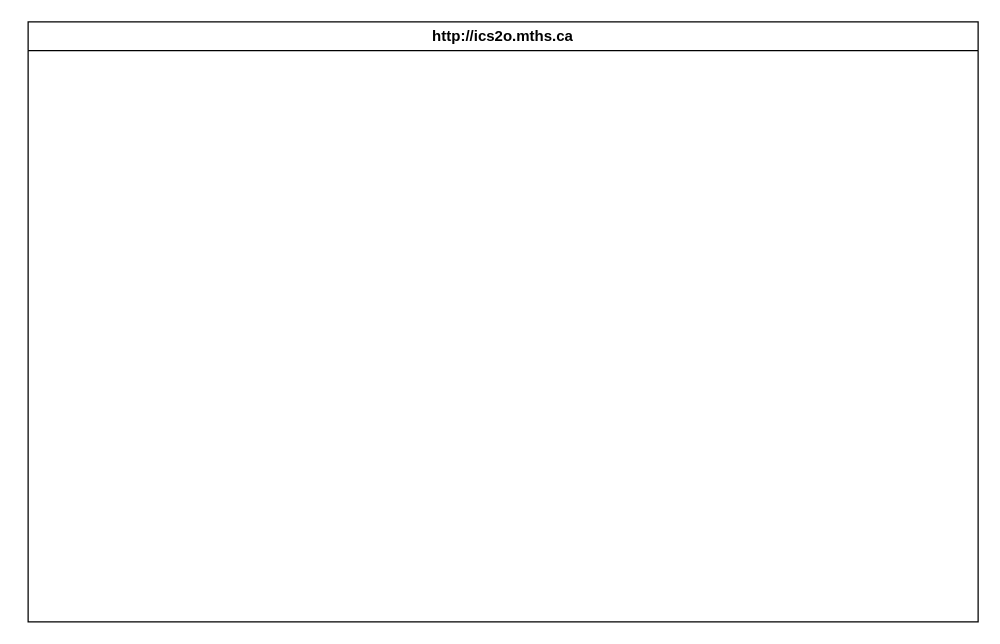
This is design/storyboard.drawio from MTHS-ICS2O-2-2022/ics2o---unit-5-05-charlotte-jhu, a draw.io file, before an edit. Source tidied: cells renumbered, new cells numbered last; positions are measured from the earlier drawing's top-left corner, leaving out a move shared by most shapes. Both pictures are drawn from the tidied source at 125%, with x=0, y=0 at pixel (28, 21). Pictures stored in the file or linked from it are replaced by grey dashed boxes.
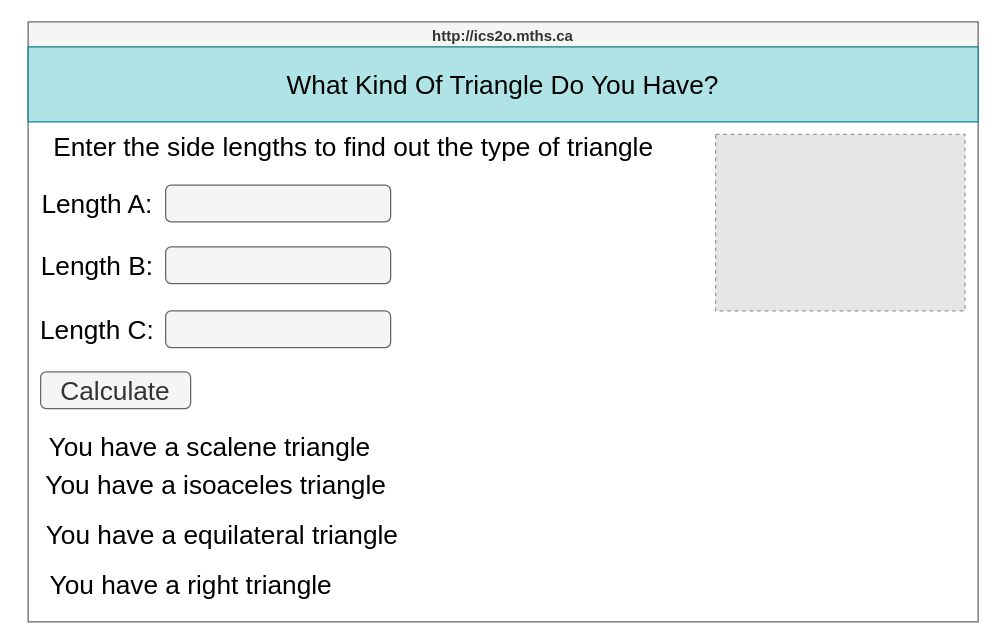
The same diagram, later.

Change to the diagram source:
```diff
@@
-<mxGraphModel>
+<mxGraphModel background="#ffffff">
   <root>
     <mxCell id="0" />
     <mxCell id="1" parent="0" />
-    <mxCell id="2" value="http://ics2o.mths.ca" style="swimlane;whiteSpace=wrap;html=1;" parent="1" vertex="1">
+    <mxCell id="2" value="http://ics2o.mths.ca" style="swimlane;whiteSpace=wrap;html=1;fillColor=#f5f5f5;fontColor=#333333;strokeColor=#666666;" parent="1" vertex="1">
       <mxGeometry width="760" height="480" as="geometry" />
     </mxCell>
+    <mxCell id="3" value="What Kind Of Triangle Do You Have?" style="whiteSpace=wrap;html=1;fillColor=#b0e3e6;strokeColor=#0e8088;fontColor=#000000;fontSize=21;" parent="2" vertex="1">
+      <mxGeometry y="20" width="760" height="60" as="geometry" />
+    </mxCell>
+    <mxCell id="4" value="Enter the side lengths to find out the type of triangle" style="text;html=1;align=center;verticalAlign=middle;strokeColor=none;fillColor=none;fontSize=21;fontColor=#000000;" parent="2" vertex="1">
+      <mxGeometry y="80" width="520" height="40" as="geometry" />
+    </mxCell>
+    <mxCell id="5" style="fillColor=#E6E6E6;strokeColor=#999999;dashed=1;verticalLabelPosition=bottom;labelBackgroundColor=default;verticalAlign=top;" parent="2" vertex="1">
+      <mxGeometry x="550" y="90" width="199.5" height="141.2" as="geometry" />
+    </mxCell>
+    <mxCell id="6" style="rounded=1;whiteSpace=wrap;html=1;fontSize=21;fontColor=#333333;fillColor=#f5f5f5;strokeColor=#666666;" parent="2" vertex="1">
+      <mxGeometry x="110" y="130.6" width="180" height="29.4" as="geometry" />
+    </mxCell>
+    <mxCell id="7" value="Length A:" style="text;html=1;align=center;verticalAlign=middle;strokeColor=none;fillColor=none;fontSize=21;fontColor=#000000;" parent="2" vertex="1">
+      <mxGeometry y="125.3" width="110" height="40" as="geometry" />
+    </mxCell>
+    <mxCell id="8" style="rounded=1;whiteSpace=wrap;html=1;fontSize=21;fontColor=#333333;fillColor=#f5f5f5;strokeColor=#666666;" parent="2" vertex="1">
+      <mxGeometry x="110" y="231.2" width="180" height="29.4" as="geometry" />
+    </mxCell>
+    <mxCell id="9" style="rounded=1;whiteSpace=wrap;html=1;fontSize=21;fontColor=#333333;fillColor=#f5f5f5;strokeColor=#666666;" parent="2" vertex="1">
+      <mxGeometry x="110" y="180" width="180" height="29.4" as="geometry" />
+    </mxCell>
+    <mxCell id="10" value="Length C:" style="text;html=1;align=center;verticalAlign=middle;strokeColor=none;fillColor=none;fontSize=21;fontColor=#000000;" parent="2" vertex="1">
+      <mxGeometry x="-5" y="225.9" width="120" height="40" as="geometry" />
+    </mxCell>
+    <mxCell id="11" value="Length B:" style="text;html=1;align=center;verticalAlign=middle;strokeColor=none;fillColor=none;fontSize=21;fontColor=#000000;" parent="2" vertex="1">
+      <mxGeometry x="-5" y="174.7" width="120" height="40" as="geometry" />
+    </mxCell>
+    <mxCell id="12" value="Calculate" style="rounded=1;whiteSpace=wrap;html=1;fontSize=21;fontColor=#333333;fillColor=#f5f5f5;strokeColor=#666666;" parent="2" vertex="1">
+      <mxGeometry x="10" y="280" width="120" height="29.4" as="geometry" />
+    </mxCell>
+    <mxCell id="13" value="You have a scalene triangle" style="text;html=1;align=center;verticalAlign=middle;strokeColor=none;fillColor=none;fontSize=21;fontColor=#000000;" parent="2" vertex="1">
+      <mxGeometry y="320" width="290" height="40" as="geometry" />
+    </mxCell>
+    <mxCell id="14" value="You have a right triangle" style="text;html=1;align=center;verticalAlign=middle;strokeColor=none;fillColor=none;fontSize=21;fontColor=#000000;" parent="2" vertex="1">
+      <mxGeometry y="430" width="260" height="40" as="geometry" />
+    </mxCell>
+    <mxCell id="15" value="You have a equilateral triangle" style="text;html=1;align=center;verticalAlign=middle;strokeColor=none;fillColor=none;fontSize=21;fontColor=#000000;" parent="2" vertex="1">
+      <mxGeometry y="390" width="310" height="40" as="geometry" />
+    </mxCell>
+    <mxCell id="16" value="You have a isoaceles triangle" style="text;html=1;align=center;verticalAlign=middle;strokeColor=none;fillColor=none;fontSize=21;fontColor=#000000;" parent="2" vertex="1">
+      <mxGeometry y="350" width="300" height="40" as="geometry" />
+    </mxCell>
   </root>
 </mxGraphModel>
```
